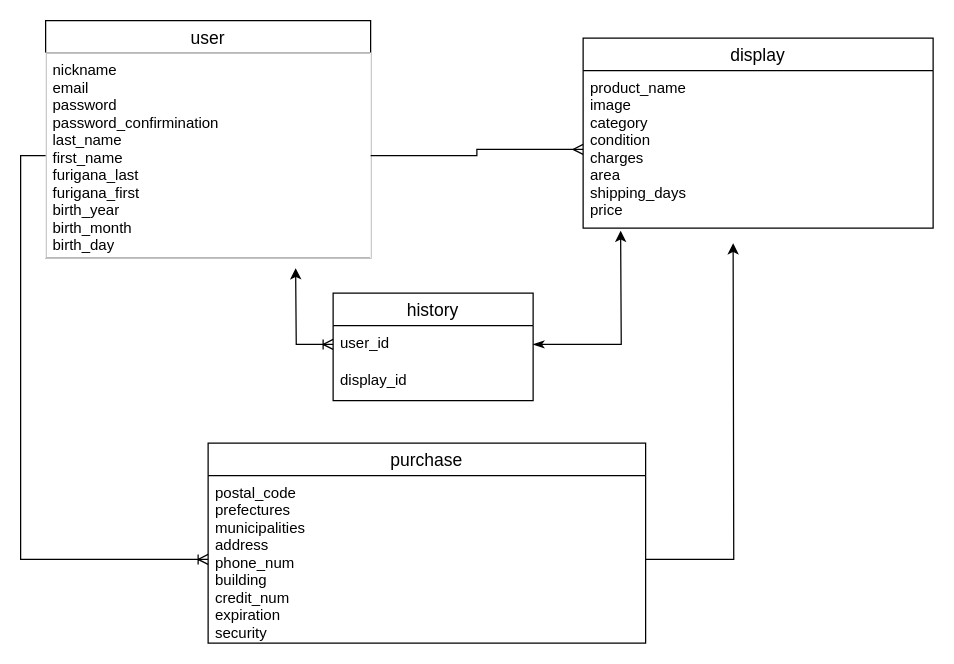
isseiyasuda/furima-31961 keeps this draw.io diagram as furima.dio. Above is the earlier version. Source tidied: cells renumbered, new cells numbered last; positions are measured from the earlier drawing's top-left corner, leaving out a move shared by most shapes. Both pictures are drawn from the tidied source at 125%, with x=0, y=0 at pixel (45, 20).
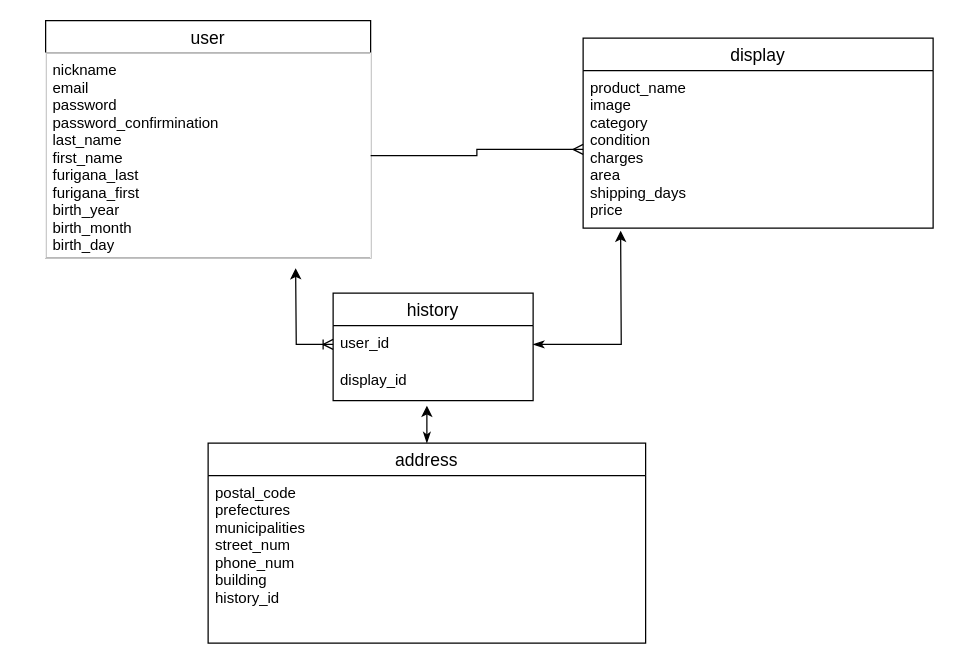
The same diagram, later.

Diff of the diagram source:
```diff
@@
 <mxGraphModel>
   <root>
     <mxCell id="0" />
     <mxCell id="1" parent="0" />
     <mxCell id="2" value="user" style="swimlane;fontStyle=0;horizontal=1;startSize=26;align=center;fontSize=14;" parent="1" vertex="1">
       <mxGeometry width="260" height="190" as="geometry" />
     </mxCell>
     <mxCell id="3" value="nickname&#10;email&#10;password&#10;password_confirmination&#10;last_name&#10;first_name&#10;furigana_last&#10;furigana_first&#10;birth_year&#10;birth_month&#10;birth_day&#10;" style="text;fillColor=none;spacingLeft=4;spacingRight=4;overflow=hidden;points=[[0,0.5],[1,0.5]];portConstraint=eastwest;fontSize=12;strokeColor=#f0f0f0;" parent="2" vertex="1">
       <mxGeometry y="26" width="260" height="164" as="geometry" />
     </mxCell>
     <mxCell id="4" value="display" style="swimlane;fontStyle=0;horizontal=1;startSize=26;align=center;fontSize=14;" parent="1" vertex="1">
       <mxGeometry x="430" y="14" width="280" height="152" as="geometry" />
     </mxCell>
     <mxCell id="5" value="product_name&#10;image&#10;category&#10;condition&#10;charges&#10;area&#10;shipping_days&#10;price" style="text;strokeColor=none;fillColor=none;spacingLeft=4;spacingRight=4;overflow=hidden;points=[[0,0.5],[1,0.5]];portConstraint=eastwest;fontSize=12;" parent="4" vertex="1">
       <mxGeometry y="26" width="280" height="126" as="geometry" />
     </mxCell>
+    <mxCell id="16" style="edgeStyle=orthogonalEdgeStyle;rounded=0;jettySize=auto;html=1;exitX=0.5;exitY=0;exitDx=0;exitDy=0;startArrow=classicThin;startFill=1;" parent="1" edge="1" source="6">
+      <mxGeometry relative="1" as="geometry">
+        <mxPoint x="305" y="308" as="targetPoint" />
+      </mxGeometry>
+    </mxCell>
-    <mxCell id="6" value="purchase" style="swimlane;fontStyle=0;horizontal=1;startSize=26;align=center;fontSize=14;" parent="1" vertex="1">
+    <mxCell id="6" value="address" style="swimlane;fontStyle=0;horizontal=1;startSize=26;align=center;fontSize=14;" parent="1" vertex="1">
       <mxGeometry x="130" y="338" width="350" height="160" as="geometry" />
     </mxCell>
-    <mxCell id="7" value="postal_code&#10;prefectures&#10;municipalities&#10;address&#10;phone_num&#10;building&#10;credit_num&#10;expiration&#10;security" style="text;strokeColor=none;fillColor=none;spacingLeft=4;spacingRight=4;overflow=hidden;points=[[0,0.5],[1,0.5]];portConstraint=eastwest;fontSize=12;" parent="6" vertex="1">
+    <mxCell id="7" value="postal_code&#10;prefectures&#10;municipalities&#10;street_num&#10;phone_num&#10;building&#10;history_id" style="text;strokeColor=none;fillColor=none;spacingLeft=4;spacingRight=4;overflow=hidden;points=[[0,0.5],[1,0.5]];portConstraint=eastwest;fontSize=12;" parent="6" vertex="1">
       <mxGeometry y="26" width="350" height="134" as="geometry" />
     </mxCell>
     <mxCell id="8" style="edgeStyle=orthogonalEdgeStyle;rounded=0;jettySize=auto;html=1;entryX=0;entryY=0.5;entryDx=0;entryDy=0;endArrow=ERmany;endFill=0;" parent="1" edge="1" source="3" target="5">
       <mxGeometry relative="1" as="geometry" />
     </mxCell>
-    <mxCell id="9" style="edgeStyle=orthogonalEdgeStyle;rounded=0;jettySize=auto;html=1;exitX=1;exitY=0.5;exitDx=0;exitDy=0;" parent="1" edge="1" source="7">
-      <mxGeometry relative="1" as="geometry">
-        <mxPoint x="550" y="178" as="targetPoint" />
-      </mxGeometry>
-    </mxCell>
-    <mxCell id="10" style="edgeStyle=orthogonalEdgeStyle;rounded=0;jettySize=auto;html=1;exitX=0;exitY=0.5;exitDx=0;exitDy=0;entryX=0;entryY=0.5;entryDx=0;entryDy=0;endArrow=ERoneToMany;endFill=0;" parent="1" edge="1" source="3" target="7">
-      <mxGeometry relative="1" as="geometry" />
-    </mxCell>
     <mxCell id="11" value="history" style="swimlane;fontStyle=0;horizontal=1;startSize=26;align=center;fontSize=14;" parent="1" vertex="1">
       <mxGeometry x="230" y="218" width="160" height="86" as="geometry" />
     </mxCell>
     <mxCell id="12" value="user_id" style="text;fillColor=none;spacingLeft=4;spacingRight=4;overflow=hidden;points=[[0,0.5],[1,0.5]];portConstraint=eastwest;fontSize=12;" parent="11" vertex="1">
       <mxGeometry y="26" width="160" height="30" as="geometry" />
     </mxCell>
     <mxCell id="13" value="display_id" style="text;strokeColor=none;fillColor=none;spacingLeft=4;spacingRight=4;overflow=hidden;fontSize=12;" parent="11" vertex="1">
       <mxGeometry y="56" width="160" height="30" as="geometry" />
     </mxCell>
     <mxCell id="14" style="edgeStyle=orthogonalEdgeStyle;rounded=0;jettySize=auto;html=1;exitX=0;exitY=0.5;exitDx=0;exitDy=0;startArrow=ERoneToMany;startFill=0;" parent="1" edge="1" source="12">
       <mxGeometry relative="1" as="geometry">
         <mxPoint x="200" y="198" as="targetPoint" />
       </mxGeometry>
     </mxCell>
     <mxCell id="15" style="edgeStyle=orthogonalEdgeStyle;rounded=0;jettySize=auto;html=1;exitX=1;exitY=0.5;exitDx=0;exitDy=0;startArrow=classicThin;startFill=1;" parent="1" edge="1" source="12">
       <mxGeometry relative="1" as="geometry">
         <mxPoint x="460" y="168" as="targetPoint" />
       </mxGeometry>
     </mxCell>
   </root>
 </mxGraphModel>
```
